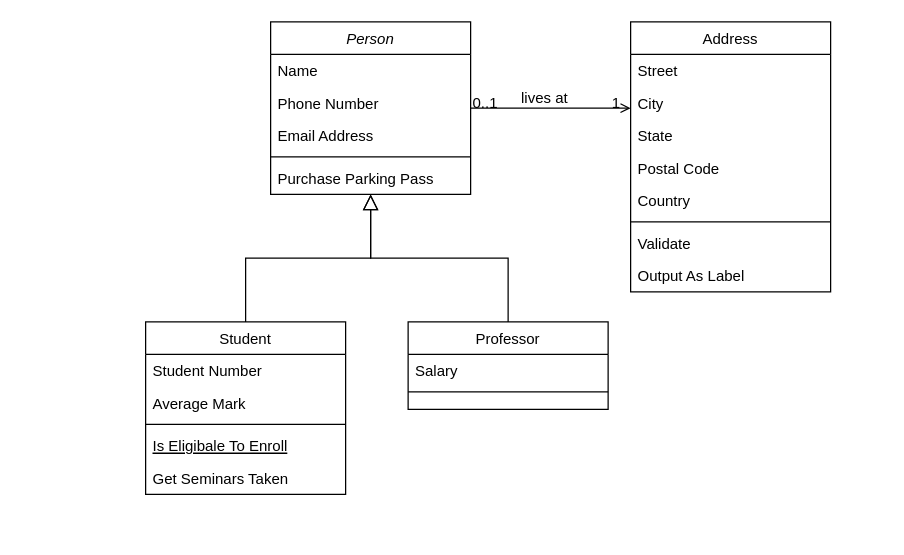
Before: Untitled Diagram.drawio in Armanhafiz4/Fundamental-project, a draw.io diagram. Source tidied: cells renumbered, new cells numbered last; positions are measured from the earlier drawing's top-left corner, leaving out a move shared by most shapes. Both pictures are drawn from the tidied source at 125%, with x=0, y=0 at pixel (145, 21).
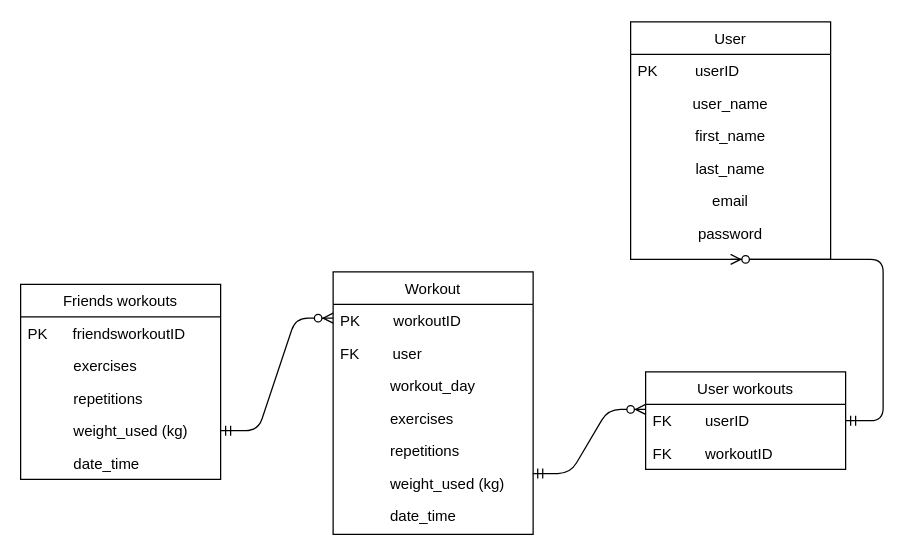
The same page after the edit.

Diff of the diagram source:
```diff
@@
-    <mxCell id="2" value="Person" style="swimlane;fontStyle=2;align=center;verticalAlign=top;horizontal=1;startSize=26;rounded=0;shadow=0;strokeWidth=1;" parent="1" vertex="1">
-      <mxGeometry x="100" width="160" height="138" as="geometry" />
+    <mxCell id="2" value="Friends workouts" style="swimlane;fontStyle=0;align=center;verticalAlign=top;horizontal=1;startSize=26;rounded=0;shadow=0;strokeWidth=1;" parent="1" vertex="1">
+      <mxGeometry x="-100" y="210" width="160" height="156" as="geometry" />
     </mxCell>
-    <mxCell id="3" value="Name" style="text;align=left;verticalAlign=top;spacingLeft=4;spacingRight=4;overflow=hidden;" parent="2" vertex="1">
+    <mxCell id="3" value="PK      friendsworkoutID" style="text;align=left;verticalAlign=top;spacingLeft=4;spacingRight=4;overflow=hidden;" parent="2" vertex="1">
       <mxGeometry y="26" width="160" height="26" as="geometry" />
     </mxCell>
-    <mxCell id="4" value="Phone Number" style="text;align=left;verticalAlign=top;spacingLeft=4;spacingRight=4;overflow=hidden;rounded=0;shadow=0;html=0;" parent="2" vertex="1">
+    <mxCell id="4" value="           exercises" style="text;align=left;verticalAlign=top;spacingLeft=4;spacingRight=4;overflow=hidden;rounded=0;shadow=0;html=0;" parent="2" vertex="1">
       <mxGeometry y="52" width="160" height="26" as="geometry" />
     </mxCell>
-    <mxCell id="5" value="Email Address" style="text;align=left;verticalAlign=top;spacingLeft=4;spacingRight=4;overflow=hidden;rounded=0;shadow=0;html=0;" parent="2" vertex="1">
+    <mxCell id="5" value="           repetitions" style="text;align=left;verticalAlign=top;spacingLeft=4;spacingRight=4;overflow=hidden;rounded=0;shadow=0;html=0;" parent="2" vertex="1">
       <mxGeometry y="78" width="160" height="26" as="geometry" />
     </mxCell>
-    <mxCell id="6" style="line;html=1;strokeWidth=1;align=left;verticalAlign=middle;spacingTop=-1;spacingLeft=3;spacingRight=3;labelPosition=right;" parent="2" vertex="1">
-      <mxGeometry y="104" width="160" height="8" as="geometry" />
-    </mxCell>
-    <mxCell id="7" value="Purchase Parking Pass" style="text;align=left;verticalAlign=top;spacingLeft=4;spacingRight=4;overflow=hidden;points=[[0,0.5],[1,0.5]];portConstraint=eastwest;" parent="2" vertex="1">
-      <mxGeometry y="112" width="160" height="26" as="geometry" />
+    <mxCell id="7" value="           weight_used (kg)" style="text;align=left;verticalAlign=top;spacingLeft=4;spacingRight=4;overflow=hidden;points=[[0,0.5],[1,0.5]];portConstraint=eastwest;" parent="2" vertex="1">
+      <mxGeometry y="104" width="160" height="26" as="geometry" />
     </mxCell>
+    <mxCell id="32" value="           date_time" style="text;align=left;verticalAlign=top;spacingLeft=4;spacingRight=4;overflow=hidden;" parent="2" vertex="1">
+      <mxGeometry y="130" width="160" height="26" as="geometry" />
+    </mxCell>
-    <mxCell id="8" value="Student" style="swimlane;fontStyle=0;align=center;verticalAlign=top;horizontal=1;startSize=26;rounded=0;shadow=0;strokeWidth=1;" parent="1" vertex="1">
-      <mxGeometry y="240" width="160" height="138" as="geometry" />
+    <mxCell id="8" value="Workout" style="swimlane;fontStyle=0;align=center;verticalAlign=top;horizontal=1;startSize=26;rounded=0;shadow=0;strokeWidth=1;" parent="1" vertex="1">
+      <mxGeometry x="150" y="200" width="160" height="210" as="geometry" />
     </mxCell>
-    <mxCell id="9" value="Student Number" style="text;align=left;verticalAlign=top;spacingLeft=4;spacingRight=4;overflow=hidden;" parent="8" vertex="1">
+    <mxCell id="9" value="PK        workoutID" style="text;align=left;verticalAlign=top;spacingLeft=4;spacingRight=4;overflow=hidden;" parent="8" vertex="1">
       <mxGeometry y="26" width="160" height="26" as="geometry" />
     </mxCell>
-    <mxCell id="10" value="Average Mark" style="text;align=left;verticalAlign=top;spacingLeft=4;spacingRight=4;overflow=hidden;rounded=0;shadow=0;html=0;" parent="8" vertex="1">
+    <mxCell id="10" value="FK        user" style="text;align=left;verticalAlign=top;spacingLeft=4;spacingRight=4;overflow=hidden;rounded=0;shadow=0;html=0;" parent="8" vertex="1">
       <mxGeometry y="52" width="160" height="26" as="geometry" />
     </mxCell>
-    <mxCell id="11" style="line;html=1;strokeWidth=1;align=left;verticalAlign=middle;spacingTop=-1;spacingLeft=3;spacingRight=3;labelPosition=right;" parent="8" vertex="1">
-      <mxGeometry y="78" width="160" height="8" as="geometry" />
-    </mxCell>
-    <mxCell id="12" value="Is Eligibale To Enroll" style="text;align=left;verticalAlign=top;spacingLeft=4;spacingRight=4;overflow=hidden;fontStyle=4;" parent="8" vertex="1">
-      <mxGeometry y="86" width="160" height="26" as="geometry" />
+    <mxCell id="12" value="workout_day" style="text;align=center;verticalAlign=top;spacingLeft=4;spacingRight=4;overflow=hidden;fontStyle=0;" parent="8" vertex="1">
+      <mxGeometry y="78" width="160" height="26" as="geometry" />
     </mxCell>
-    <mxCell id="13" value="Get Seminars Taken" style="text;align=left;verticalAlign=top;spacingLeft=4;spacingRight=4;overflow=hidden;" parent="8" vertex="1">
-      <mxGeometry y="112" width="160" height="26" as="geometry" />
+    <mxCell id="13" value="            exercises" style="text;align=left;verticalAlign=top;spacingLeft=4;spacingRight=4;overflow=hidden;" parent="8" vertex="1">
+      <mxGeometry y="104" width="160" height="26" as="geometry" />
     </mxCell>
-    <mxCell id="14" style="endArrow=block;endSize=10;endFill=0;shadow=0;strokeWidth=1;rounded=0;edgeStyle=elbowEdgeStyle;elbow=vertical;" parent="1" edge="1" source="8" target="2">
-      <mxGeometry relative="1" as="geometry" />
-    </mxCell>
+    <mxCell id="33" value="            repetitions" style="text;align=left;verticalAlign=top;spacingLeft=4;spacingRight=4;overflow=hidden;" parent="8" vertex="1">
+      <mxGeometry y="130" width="160" height="26" as="geometry" />
+    </mxCell>
+    <mxCell id="34" value="            weight_used (kg)" style="text;align=left;verticalAlign=top;spacingLeft=4;spacingRight=4;overflow=hidden;points=[[0,0.5],[1,0.5]];portConstraint=eastwest;" parent="8" vertex="1">
+      <mxGeometry y="156" width="160" height="26" as="geometry" />
+    </mxCell>
+    <mxCell id="35" value="            date_time" style="text;align=left;verticalAlign=top;spacingLeft=4;spacingRight=4;overflow=hidden;" parent="8" vertex="1">
+      <mxGeometry y="182" width="160" height="26" as="geometry" />
+    </mxCell>
-    <mxCell id="15" value="Professor" style="swimlane;fontStyle=0;align=center;verticalAlign=top;horizontal=1;startSize=26;rounded=0;shadow=0;strokeWidth=1;" parent="1" vertex="1">
-      <mxGeometry x="210" y="240" width="160" height="70" as="geometry" />
+    <mxCell id="15" value="User workouts" style="swimlane;fontStyle=0;align=center;verticalAlign=top;horizontal=1;startSize=26;rounded=0;shadow=0;strokeWidth=1;" parent="1" vertex="1">
+      <mxGeometry x="400" y="280" width="160" height="78" as="geometry" />
     </mxCell>
-    <mxCell id="16" value="Salary" style="text;align=left;verticalAlign=top;spacingLeft=4;spacingRight=4;overflow=hidden;" parent="15" vertex="1">
+    <mxCell id="16" value="FK        userID" style="text;align=left;verticalAlign=top;spacingLeft=4;spacingRight=4;overflow=hidden;" parent="15" vertex="1">
       <mxGeometry y="26" width="160" height="26" as="geometry" />
     </mxCell>
-    <mxCell id="17" style="line;html=1;strokeWidth=1;align=left;verticalAlign=middle;spacingTop=-1;spacingLeft=3;spacingRight=3;labelPosition=right;" parent="15" vertex="1">
-      <mxGeometry y="52" width="160" height="8" as="geometry" />
-    </mxCell>
-    <mxCell id="18" style="endArrow=block;endSize=10;endFill=0;shadow=0;strokeWidth=1;rounded=0;edgeStyle=elbowEdgeStyle;elbow=vertical;" parent="1" edge="1" source="15" target="2">
-      <mxGeometry relative="1" as="geometry" />
-    </mxCell>
+    <mxCell id="36" value="FK        workoutID" style="text;align=left;verticalAlign=top;spacingLeft=4;spacingRight=4;overflow=hidden;" parent="15" vertex="1">
+      <mxGeometry y="52" width="160" height="26" as="geometry" />
+    </mxCell>
-    <mxCell id="19" value="Address" style="swimlane;fontStyle=0;align=center;verticalAlign=top;horizontal=1;startSize=26;rounded=0;shadow=0;strokeWidth=1;" parent="1" vertex="1">
-      <mxGeometry x="388" width="160" height="216" as="geometry" />
+    <mxCell id="19" value="User" style="swimlane;fontStyle=0;align=center;verticalAlign=top;horizontal=1;startSize=26;rounded=0;shadow=0;strokeWidth=1;" parent="1" vertex="1">
+      <mxGeometry x="388" width="160" height="190" as="geometry" />
     </mxCell>
-    <mxCell id="20" value="Street" style="text;align=left;verticalAlign=top;spacingLeft=4;spacingRight=4;overflow=hidden;" parent="19" vertex="1">
+    <mxCell id="20" value="PK         userID" style="text;align=left;verticalAlign=top;spacingLeft=4;spacingRight=4;overflow=hidden;" parent="19" vertex="1">
       <mxGeometry y="26" width="160" height="26" as="geometry" />
     </mxCell>
-    <mxCell id="21" value="City" style="text;align=left;verticalAlign=top;spacingLeft=4;spacingRight=4;overflow=hidden;rounded=0;shadow=0;html=0;" parent="19" vertex="1">
+    <mxCell id="21" value="user_name" style="text;align=center;verticalAlign=top;spacingLeft=4;spacingRight=4;overflow=hidden;rounded=0;shadow=0;html=0;" parent="19" vertex="1">
       <mxGeometry y="52" width="160" height="26" as="geometry" />
     </mxCell>
-    <mxCell id="22" value="State" style="text;align=left;verticalAlign=top;spacingLeft=4;spacingRight=4;overflow=hidden;rounded=0;shadow=0;html=0;" parent="19" vertex="1">
+    <mxCell id="22" value="first_name" style="text;align=center;verticalAlign=top;spacingLeft=4;spacingRight=4;overflow=hidden;rounded=0;shadow=0;html=0;" parent="19" vertex="1">
       <mxGeometry y="78" width="160" height="26" as="geometry" />
     </mxCell>
-    <mxCell id="23" value="Postal Code" style="text;align=left;verticalAlign=top;spacingLeft=4;spacingRight=4;overflow=hidden;rounded=0;shadow=0;html=0;" parent="19" vertex="1">
+    <mxCell id="23" value="last_name" style="text;align=center;verticalAlign=top;spacingLeft=4;spacingRight=4;overflow=hidden;rounded=0;shadow=0;html=0;" parent="19" vertex="1">
       <mxGeometry y="104" width="160" height="26" as="geometry" />
     </mxCell>
-    <mxCell id="24" value="Country" style="text;align=left;verticalAlign=top;spacingLeft=4;spacingRight=4;overflow=hidden;rounded=0;shadow=0;html=0;" parent="19" vertex="1">
+    <mxCell id="24" value="email" style="text;align=center;verticalAlign=top;spacingLeft=4;spacingRight=4;overflow=hidden;rounded=0;shadow=0;html=0;" parent="19" vertex="1">
       <mxGeometry y="130" width="160" height="26" as="geometry" />
     </mxCell>
-    <mxCell id="25" style="line;html=1;strokeWidth=1;align=left;verticalAlign=middle;spacingTop=-1;spacingLeft=3;spacingRight=3;labelPosition=right;" parent="19" vertex="1">
-      <mxGeometry y="156" width="160" height="8" as="geometry" />
-    </mxCell>
-    <mxCell id="26" value="Validate" style="text;align=left;verticalAlign=top;spacingLeft=4;spacingRight=4;overflow=hidden;" parent="19" vertex="1">
-      <mxGeometry y="164" width="160" height="26" as="geometry" />
+    <mxCell id="26" value="password" style="text;align=center;verticalAlign=top;spacingLeft=4;spacingRight=4;overflow=hidden;" parent="19" vertex="1">
+      <mxGeometry y="156" width="160" height="26" as="geometry" />
     </mxCell>
-    <mxCell id="27" value="Output As Label" style="text;align=left;verticalAlign=top;spacingLeft=4;spacingRight=4;overflow=hidden;" parent="19" vertex="1">
-      <mxGeometry y="190" width="160" height="26" as="geometry" />
-    </mxCell>
-    <mxCell id="28" style="endArrow=open;shadow=0;strokeWidth=1;rounded=0;endFill=1;edgeStyle=elbowEdgeStyle;elbow=vertical;" parent="1" edge="1" source="2" target="19">
-      <mxGeometry x="0.5" y="41" relative="1" as="geometry">
-        <mxPoint x="-40" y="32" as="offset" />
-      </mxGeometry>
-    </mxCell>
-    <mxCell id="29" value="0..1" style="align=left;verticalAlign=bottom;labelBackgroundColor=none;fontSize=12;" parent="28" vertex="1">
-      <mxGeometry x="-1" relative="1" as="geometry">
-        <mxPoint y="4" as="offset" />
-      </mxGeometry>
-    </mxCell>
-    <mxCell id="30" value="1" style="align=right;verticalAlign=bottom;labelBackgroundColor=none;fontSize=12;" parent="28" vertex="1">
-      <mxGeometry x="1" relative="1" as="geometry">
-        <mxPoint x="-7" y="4" as="offset" />
-      </mxGeometry>
-    </mxCell>
-    <mxCell id="31" value="lives at" style="text;html=1;align=center;verticalAlign=middle;labelBackgroundColor=none;rounded=0;shadow=0;strokeWidth=1;fontSize=12;" parent="28" vertex="1">
-      <mxGeometry x="0.5" y="49" relative="1" as="geometry">
-        <mxPoint x="-38" y="40" as="offset" />
-      </mxGeometry>
-    </mxCell>
+    <mxCell id="37" style="edgeStyle=entityRelationEdgeStyle;fontSize=12;html=1;endArrow=ERzeroToMany;startArrow=ERmandOne;entryX=0.5;entryY=1;entryDx=0;entryDy=0;" parent="1" edge="1" source="15" target="19">
+      <mxGeometry relative="1" as="geometry" />
+    </mxCell>
+    <mxCell id="38" style="edgeStyle=entityRelationEdgeStyle;fontSize=12;html=1;endArrow=ERzeroToMany;startArrow=ERmandOne;entryX=0.5;entryY=1;entryDx=0;entryDy=0;exitX=0.998;exitY=0.205;exitDx=0;exitDy=0;exitPerimeter=0;" parent="1" edge="1" source="34">
+      <mxGeometry relative="1" as="geometry">
+        <mxPoint x="400" y="310" as="targetPoint" />
+      </mxGeometry>
+    </mxCell>
+    <mxCell id="39" style="edgeStyle=entityRelationEdgeStyle;fontSize=12;html=1;endArrow=ERzeroToMany;startArrow=ERmandOne;entryX=0.5;entryY=1;entryDx=0;entryDy=0;exitX=1;exitY=0.5;exitDx=0;exitDy=0;" parent="1" edge="1" source="7">
+      <mxGeometry relative="1" as="geometry">
+        <mxPoint x="150" y="237" as="targetPoint" />
+      </mxGeometry>
+    </mxCell>
```
